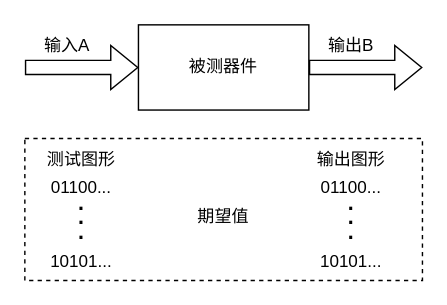
This is doc/memory_test.drawio from shanshan-lu/homwork, a draw.io file, before an edit. Source tidied: cells renumbered, new cells numbered last; positions are measured from the earlier drawing's top-left corner, leaving out a move shared by most shapes. Both pictures are drawn from the tidied source at 142%, with x=0, y=0 at pixel (24, 24).
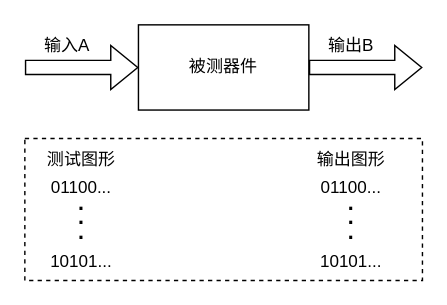
The same page after the edit.

What changed in the source:
```diff
@@
-    <mxCell id="20" value="期望值" style="text;html=1;strokeColor=none;fillColor=none;align=center;verticalAlign=middle;whiteSpace=wrap;rounded=0;fontSize=12;" parent="1" vertex="1">
-      <mxGeometry x="110" y="120" width="60" height="30" as="geometry" />
-    </mxCell>
```
